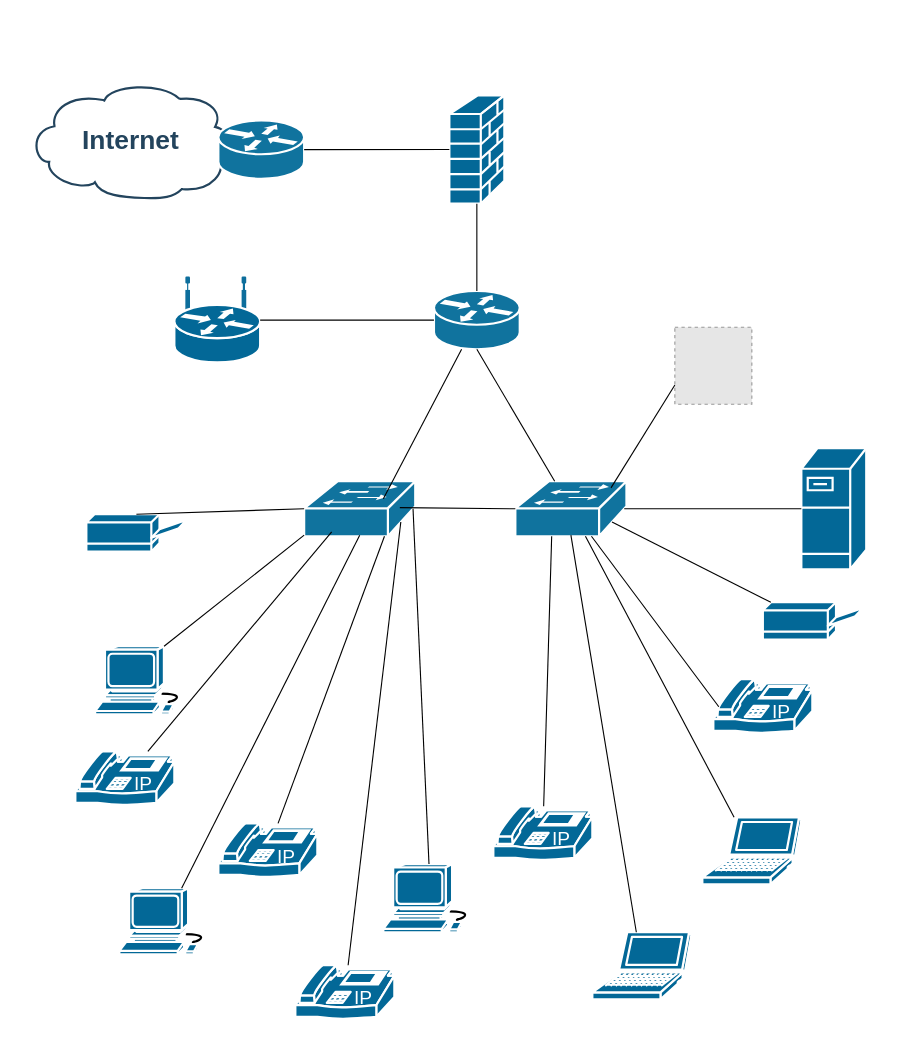
Above: RedClinica.drawio in DAISORNA/Drawio (draw.io), before the change. Source tidied: cells renumbered, new cells numbered last; positions are measured from the earlier drawing's top-left corner, leaving out a move shared by most shapes. Both pictures are drawn from the tidied source at 110%, with x=0, y=0 at pixel (28, 81). Pictures stored in the file or linked from it are replaced by grey dashed boxes.
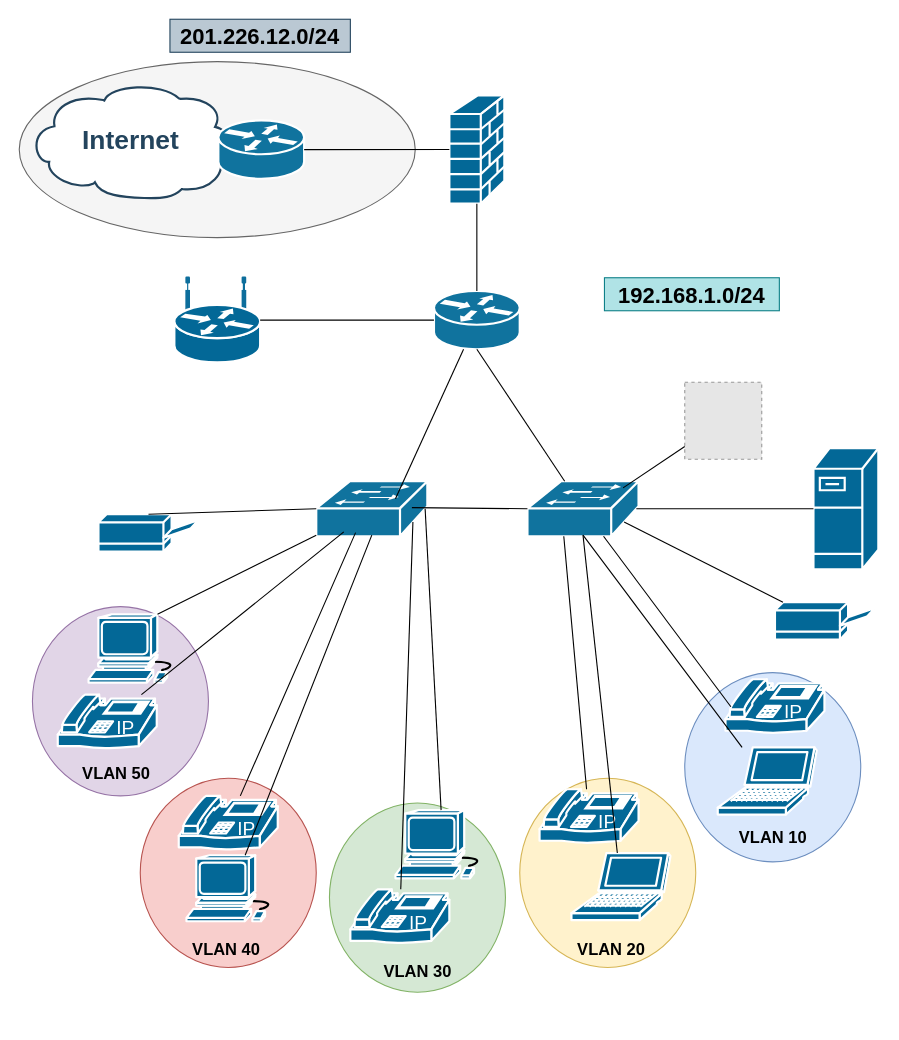
The same page after the edit.

Diff of the diagram source:
```diff
@@
+    <mxCell id="43" style="ellipse;whiteSpace=wrap;html=1;fillColor=#f5f5f5;fontColor=#333333;strokeColor=#666666;" parent="1" vertex="1">
+      <mxGeometry x="-8" y="-18.5" width="360" height="160" as="geometry" />
+    </mxCell>
+    <mxCell id="44" style="ellipse;whiteSpace=wrap;html=1;direction=south;fillColor=#e1d5e7;strokeColor=#9673a6;" parent="1" vertex="1">
+      <mxGeometry x="4" y="477" width="160" height="172" as="geometry" />
+    </mxCell>
+    <mxCell id="45" style="ellipse;whiteSpace=wrap;html=1;direction=south;fillColor=#f8cecc;strokeColor=#b85450;" parent="1" vertex="1">
+      <mxGeometry x="102" y="633" width="160" height="172" as="geometry" />
+    </mxCell>
+    <mxCell id="46" style="ellipse;whiteSpace=wrap;html=1;direction=south;fillColor=#d5e8d4;strokeColor=#82b366;" parent="1" vertex="1">
+      <mxGeometry x="274" y="655.5" width="160" height="172" as="geometry" />
+    </mxCell>
+    <mxCell id="47" style="ellipse;whiteSpace=wrap;html=1;direction=south;fillColor=#fff2cc;strokeColor=#d6b656;" parent="1" vertex="1">
+      <mxGeometry x="447" y="633" width="160" height="172" as="geometry" />
+    </mxCell>
+    <mxCell id="48" style="ellipse;whiteSpace=wrap;html=1;direction=south;fillColor=#dae8fc;strokeColor=#6c8ebf;" parent="1" vertex="1">
+      <mxGeometry x="597" y="537" width="160" height="172" as="geometry" />
+    </mxCell>
@@
     <mxCell id="3" style="shape=mxgraph.cisco.switches.workgroup_switch;html=1;dashed=0;fillColor=#10739E;strokeColor=#ffffff;strokeWidth=2;verticalLabelPosition=bottom;verticalAlign=top;fontFamily=Helvetica;fontSize=36;fontColor=#FFB366;" parent="1" vertex="1">
-      <mxGeometry x="443" y="363" width="101" height="50" as="geometry" />
+      <mxGeometry x="454" y="363" width="101" height="50" as="geometry" />
     </mxCell>
@@
     <mxCell id="5" style="shape=mxgraph.cisco.computers_and_peripherals.workstation;sketch=0;html=1;dashed=0;fillColor=#036897;strokeColor=#ffffff;strokeWidth=2;verticalLabelPosition=bottom;verticalAlign=top;align=center;outlineConnect=0;" parent="1" vertex="1">
-      <mxGeometry x="61" y="513" width="83" height="62" as="geometry" />
+      <mxGeometry x="55" y="484" width="83" height="62" as="geometry" />
     </mxCell>
     <mxCell id="6" style="shape=mxgraph.cisco.computers_and_peripherals.laptop;sketch=0;html=1;dashed=0;fillColor=#036897;strokeColor=#ffffff;strokeWidth=2;verticalLabelPosition=bottom;verticalAlign=top;align=center;outlineConnect=0;" parent="1" vertex="1">
-      <mxGeometry x="513" y="773" width="90" height="61" as="geometry" />
+      <mxGeometry x="494" y="701" width="90" height="61" as="geometry" />
     </mxCell>
@@
     <mxCell id="8" style="shape=mxgraph.cisco.servers.fileserver;sketch=0;html=1;dashed=0;fillColor=#036897;strokeColor=#ffffff;strokeWidth=2;verticalLabelPosition=bottom;verticalAlign=top;align=center;outlineConnect=0;" parent="1" vertex="1">
-      <mxGeometry x="703" y="333" width="59" height="110" as="geometry" />
+      <mxGeometry x="714" y="333" width="59" height="110" as="geometry" />
     </mxCell>
@@
-    <mxCell id="10" style="shape=mxgraph.cisco.computers_and_peripherals.laptop;sketch=0;html=1;dashed=0;fillColor=#036897;strokeColor=#ffffff;strokeWidth=2;verticalLabelPosition=bottom;verticalAlign=top;align=center;outlineConnect=0;" parent="1" vertex="1">
-      <mxGeometry x="613" y="668.5" width="90" height="61" as="geometry" />
+    <mxCell id="10" style="shape=mxgraph.cisco.computers_and_peripherals.laptop;html=1;dashed=0;fillColor=#036897;strokeColor=#ffffff;strokeWidth=2;verticalLabelPosition=bottom;verticalAlign=top;align=center;outlineConnect=0;shadow=0;" parent="1" vertex="1">
+      <mxGeometry x="627" y="605" width="90" height="61" as="geometry" />
     </mxCell>
     <mxCell id="11" style="shape=mxgraph.cisco.computers_and_peripherals.workstation;sketch=0;html=1;dashed=0;fillColor=#036897;strokeColor=#ffffff;strokeWidth=2;verticalLabelPosition=bottom;verticalAlign=top;align=center;outlineConnect=0;direction=east;" parent="1" vertex="1">
-      <mxGeometry x="83" y="733" width="83" height="60" as="geometry" />
+      <mxGeometry x="144" y="703" width="83" height="60" as="geometry" />
     </mxCell>
     <mxCell id="12" style="shape=mxgraph.cisco.computers_and_peripherals.printer;sketch=0;html=1;dashed=0;fillColor=#036897;strokeColor=#ffffff;strokeWidth=2;verticalLabelPosition=bottom;verticalAlign=top;align=center;outlineConnect=0;" parent="1" vertex="1">
-      <mxGeometry x="668" y="473" width="91" height="34" as="geometry" />
+      <mxGeometry x="679" y="473" width="91" height="34" as="geometry" />
     </mxCell>
     <mxCell id="13" style="shape=mxgraph.cisco.modems_and_phones.ip_phone;sketch=0;html=1;dashed=0;fillColor=#036897;strokeColor=#ffffff;strokeWidth=2;verticalLabelPosition=bottom;verticalAlign=top;align=center;outlineConnect=0;" parent="1" vertex="1">
-      <mxGeometry x="173" y="674" width="90" height="50" as="geometry" />
+      <mxGeometry x="137" y="649" width="90" height="50" as="geometry" />
     </mxCell>
     <mxCell id="14" style="shape=mxgraph.cisco.modems_and_phones.ip_phone;sketch=0;html=1;dashed=0;fillColor=#036897;strokeColor=#ffffff;strokeWidth=2;verticalLabelPosition=bottom;verticalAlign=top;align=center;outlineConnect=0;" parent="1" vertex="1">
-      <mxGeometry x="423" y="658.5" width="90" height="50" as="geometry" />
+      <mxGeometry x="465" y="643" width="90" height="50" as="geometry" />
     </mxCell>
     <mxCell id="15" style="shape=mxgraph.cisco.modems_and_phones.ip_phone;sketch=0;html=1;dashed=0;fillColor=#036897;strokeColor=#ffffff;strokeWidth=2;verticalLabelPosition=bottom;verticalAlign=top;align=center;outlineConnect=0;" parent="1" vertex="1">
-      <mxGeometry x="43" y="608.5" width="90" height="50" as="geometry" />
+      <mxGeometry x="27" y="557" width="90" height="50" as="geometry" />
     </mxCell>
-    <mxCell id="16" style="shape=mxgraph.cisco.modems_and_phones.ip_phone;sketch=0;html=1;dashed=0;fillColor=#036897;strokeColor=#ffffff;strokeWidth=2;verticalLabelPosition=bottom;verticalAlign=top;align=center;outlineConnect=0;" parent="1" vertex="1">
-      <mxGeometry x="623" y="543" width="90" height="50" as="geometry" />
+    <mxCell id="16" style="shape=mxgraph.cisco.modems_and_phones.ip_phone;html=1;dashed=0;fillColor=#036897;strokeColor=#ffffff;strokeWidth=2;verticalLabelPosition=bottom;verticalAlign=top;align=center;outlineConnect=0;shadow=0;" parent="1" vertex="1">
+      <mxGeometry x="634" y="543" width="90" height="50" as="geometry" />
     </mxCell>
     <mxCell id="17" style="shape=mxgraph.cisco.modems_and_phones.ip_phone;sketch=0;html=1;dashed=0;fillColor=#036897;strokeColor=#ffffff;strokeWidth=2;verticalLabelPosition=bottom;verticalAlign=top;align=center;outlineConnect=0;" parent="1" vertex="1">
-      <mxGeometry x="243" y="803" width="90" height="50" as="geometry" />
+      <mxGeometry x="293" y="734" width="90" height="50" as="geometry" />
     </mxCell>
     <mxCell id="18" style="shape=mxgraph.cisco.computers_and_peripherals.printer;sketch=0;html=1;dashed=0;fillColor=#036897;strokeColor=#ffffff;strokeWidth=2;verticalLabelPosition=bottom;verticalAlign=top;align=center;outlineConnect=0;" parent="1" vertex="1">
-      <mxGeometry x="53" y="393" width="91" height="34" as="geometry" />
+      <mxGeometry x="64" y="393" width="91" height="34" as="geometry" />
     </mxCell>
     <mxCell id="19" style="shape=mxgraph.cisco.computers_and_peripherals.workstation;sketch=0;html=1;dashed=0;fillColor=#036897;strokeColor=#ffffff;strokeWidth=2;verticalLabelPosition=bottom;verticalAlign=top;align=center;outlineConnect=0;" parent="1" vertex="1">
-      <mxGeometry x="323" y="711" width="83" height="62" as="geometry" />
+      <mxGeometry x="334" y="662" width="83" height="62" as="geometry" />
     </mxCell>
     <mxCell id="20" style="shape=mxgraph.cisco.switches.workgroup_switch;html=1;dashed=0;fillColor=#10739E;strokeColor=#ffffff;strokeWidth=2;verticalLabelPosition=bottom;verticalAlign=top;fontFamily=Helvetica;fontSize=36;fontColor=#FFB366;" parent="1" vertex="1">
-      <mxGeometry x="251" y="363" width="101" height="50" as="geometry" />
+      <mxGeometry x="262" y="363" width="101" height="50" as="geometry" />
     </mxCell>
@@
     <mxCell id="22" style="fillColor=#E6E6E6;strokeColor=#999999;dashed=1;html=1;verticalAlign=top;verticalLabelPosition=bottom;labelBackgroundColor=#ffffff;" parent="1" vertex="1">
-      <mxGeometry x="588" y="223" width="70" height="70" as="geometry" />
+      <mxGeometry x="597" y="273" width="70" height="70" as="geometry" />
     </mxCell>
@@
-    <mxCell id="29" style="endArrow=none;html=1;rounded=0;entryX=0.861;entryY=0.12;entryDx=0;entryDy=0;entryPerimeter=0;exitX=0;exitY=0.75;exitDx=0;exitDy=0;" parent="1" edge="1" source="22" target="3">
+    <mxCell id="29" style="endArrow=none;html=1;rounded=0;entryX=0.861;entryY=0.12;entryDx=0;entryDy=0;entryPerimeter=0;" parent="1" edge="1" source="22" target="3">
       <mxGeometry relative="1" as="geometry" />
     </mxCell>
@@
-    <mxCell id="35" style="endArrow=none;html=1;rounded=0;" parent="1" edge="1" source="10" target="3">
+    <mxCell id="35" style="endArrow=none;html=1;rounded=0;entryX=0.5;entryY=0.98;entryDx=0;entryDy=0;entryPerimeter=0;" parent="1" edge="1" source="10" target="3">
       <mxGeometry relative="1" as="geometry" />
     </mxCell>
@@
-    <mxCell id="37" style="endArrow=none;html=1;rounded=0;entryX=0.723;entryY=1;entryDx=0;entryDy=0;entryPerimeter=0;" parent="1" edge="1" source="13" target="20">
+    <mxCell id="37" style="endArrow=none;html=1;rounded=0;entryX=0.354;entryY=0.934;entryDx=0;entryDy=0;entryPerimeter=0;" parent="1" edge="1" source="13" target="20">
       <mxGeometry relative="1" as="geometry" />
     </mxCell>
@@
+    <mxCell id="49" value="&lt;b&gt;&lt;font style=&quot;font-size: 15px;&quot;&gt;VLAN 10&lt;/font&gt;&lt;/b&gt;" style="text;strokeColor=none;align=center;fillColor=none;html=1;verticalAlign=middle;whiteSpace=wrap;rounded=0;" parent="1" vertex="1">
+      <mxGeometry x="640.5" y="671" width="73" height="30" as="geometry" />
+    </mxCell>
+    <mxCell id="50" value="&lt;b&gt;&lt;font style=&quot;font-size: 15px;&quot;&gt;VLAN 30&lt;/font&gt;&lt;/b&gt;" style="text;strokeColor=none;align=center;fillColor=none;html=1;verticalAlign=middle;whiteSpace=wrap;rounded=0;" parent="1" vertex="1">
+      <mxGeometry x="317.5" y="793" width="73" height="30" as="geometry" />
+    </mxCell>
+    <mxCell id="51" value="&lt;b&gt;&lt;font style=&quot;font-size: 15px;&quot;&gt;VLAN 20&lt;/font&gt;&lt;/b&gt;" style="text;strokeColor=none;align=center;fillColor=none;html=1;verticalAlign=middle;whiteSpace=wrap;rounded=0;" parent="1" vertex="1">
+      <mxGeometry x="494" y="773" width="73" height="30" as="geometry" />
+    </mxCell>
+    <mxCell id="52" value="&lt;b&gt;&lt;font style=&quot;font-size: 15px;&quot;&gt;VLAN 40&lt;/font&gt;&lt;/b&gt;" style="text;strokeColor=none;align=center;fillColor=none;html=1;verticalAlign=middle;whiteSpace=wrap;rounded=0;" parent="1" vertex="1">
+      <mxGeometry x="144" y="773" width="73" height="30" as="geometry" />
+    </mxCell>
+    <mxCell id="53" value="&lt;b&gt;&lt;font style=&quot;font-size: 15px;&quot;&gt;VLAN 50&lt;/font&gt;&lt;/b&gt;" style="text;strokeColor=none;align=center;fillColor=none;html=1;verticalAlign=middle;whiteSpace=wrap;rounded=0;" parent="1" vertex="1">
+      <mxGeometry x="44" y="613" width="73" height="30" as="geometry" />
+    </mxCell>
+    <mxCell id="54" value="&lt;font size=&quot;1&quot; style=&quot;&quot;&gt;&lt;b style=&quot;font-size: 20px;&quot;&gt;192.168.1.0/24&lt;/b&gt;&lt;/font&gt;" style="text;strokeColor=#0e8088;align=center;fillColor=#b0e3e6;html=1;verticalAlign=middle;whiteSpace=wrap;rounded=0;" parent="1" vertex="1">
+      <mxGeometry x="524" y="178" width="159" height="30" as="geometry" />
+    </mxCell>
+    <mxCell id="55" value="&lt;font style=&quot;font-size: 20px;&quot;&gt;&lt;b&gt;201.226.12.0/24&lt;/b&gt;&lt;/font&gt;" style="text;strokeColor=#23445d;align=center;fillColor=#bac8d3;html=1;verticalAlign=middle;whiteSpace=wrap;rounded=0;" parent="1" vertex="1">
+      <mxGeometry x="129" y="-57" width="164" height="30" as="geometry" />
+    </mxCell>
```
